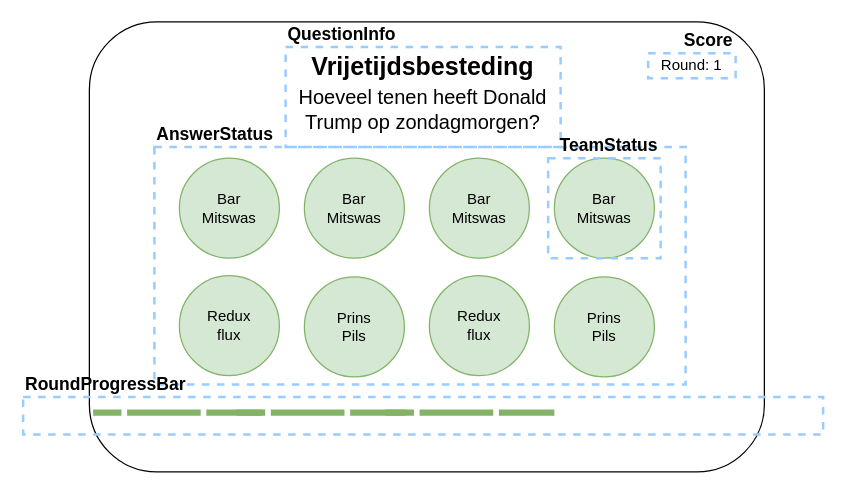
TBeeren/PubQuiz keeps this draw.io diagram as page "Ongoing question" (1 of 2) of assets/Score/ScoreboardApp_React_Components.drawio. Above is the earlier version. Source tidied: cells renumbered, new cells numbered last; positions are measured from the earlier drawing's top-left corner, leaving out a move shared by most shapes. Both pictures are drawn from the tidied source at 125%, with x=0, y=0 at pixel (22, 21).
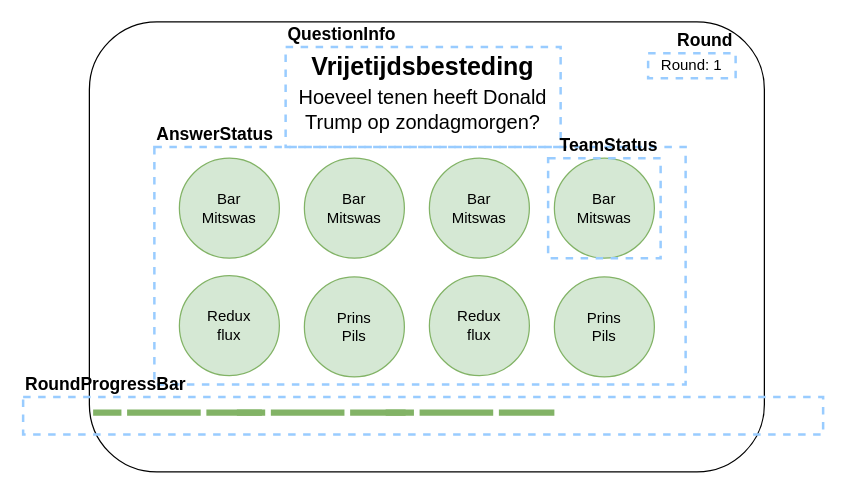
Above is the later version.

The edit, as a diff of the source:
```diff
@@
-    <mxCell id="32" value="Score" style="text;html=1;strokeColor=none;fillColor=none;align=right;verticalAlign=middle;whiteSpace=wrap;rounded=0;dashed=1;fontSize=14;fontStyle=1;" parent="1" vertex="1">
+    <mxCell id="32" value="Round" style="text;html=1;strokeColor=none;fillColor=none;align=right;verticalAlign=middle;whiteSpace=wrap;rounded=0;dashed=1;fontSize=14;fontStyle=1;" parent="1" vertex="1">
       <mxGeometry x="380" y="5" width="190" height="20" as="geometry" />
     </mxCell>
```
